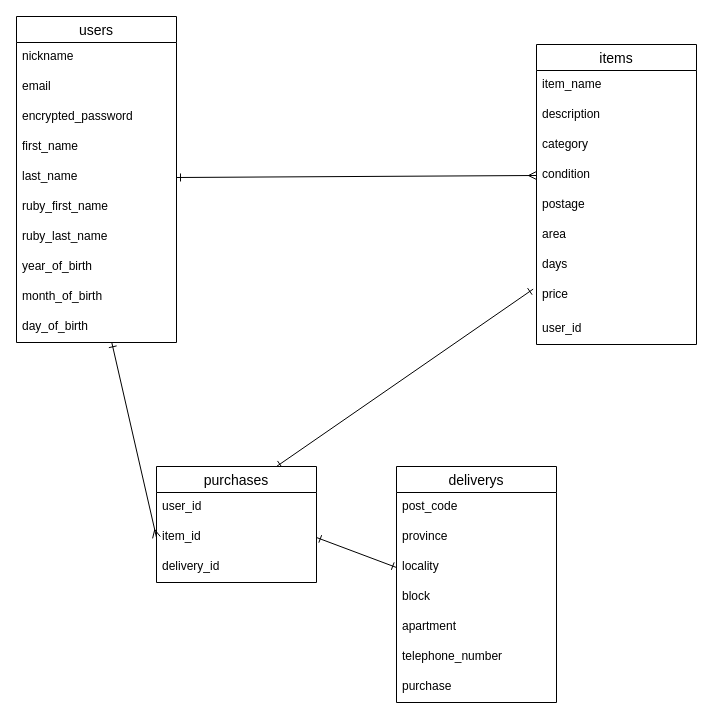
shibaei/furima-38748 keeps this draw.io diagram as ERdiagram.dio. Above is the earlier version. Source tidied: cells renumbered, new cells numbered last; positions are measured from the earlier drawing's top-left corner, leaving out a move shared by most shapes. Both pictures are drawn from the tidied source at 100%, with x=0, y=0 at pixel (16, 16).
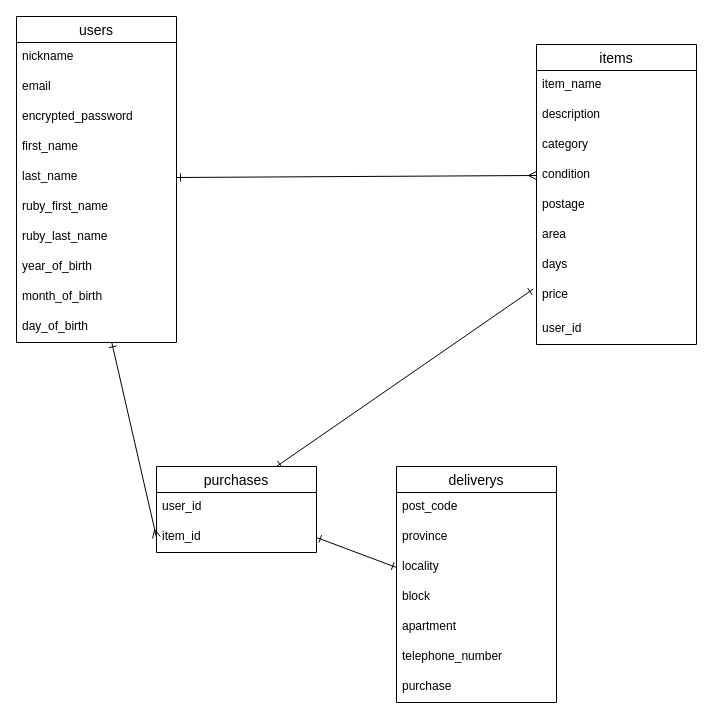
The same diagram, later.

Commit message:
ER図purchases項目修正

Diff of the diagram source:
```diff
@@
     <mxCell id="34" value="purchases" style="swimlane;fontStyle=0;horizontal=1;startSize=26;align=center;fontSize=14;" parent="1" vertex="1">
-      <mxGeometry x="140" y="450" width="160" height="116" as="geometry" />
+      <mxGeometry x="140" y="450" width="160" height="86" as="geometry" />
     </mxCell>
@@
-    <mxCell id="37" value="delivery_id" style="text;strokeColor=none;fillColor=none;spacingLeft=4;spacingRight=4;overflow=hidden;fontSize=12;" parent="34" vertex="1">
-      <mxGeometry y="86" width="160" height="30" as="geometry" />
-    </mxCell>
```
